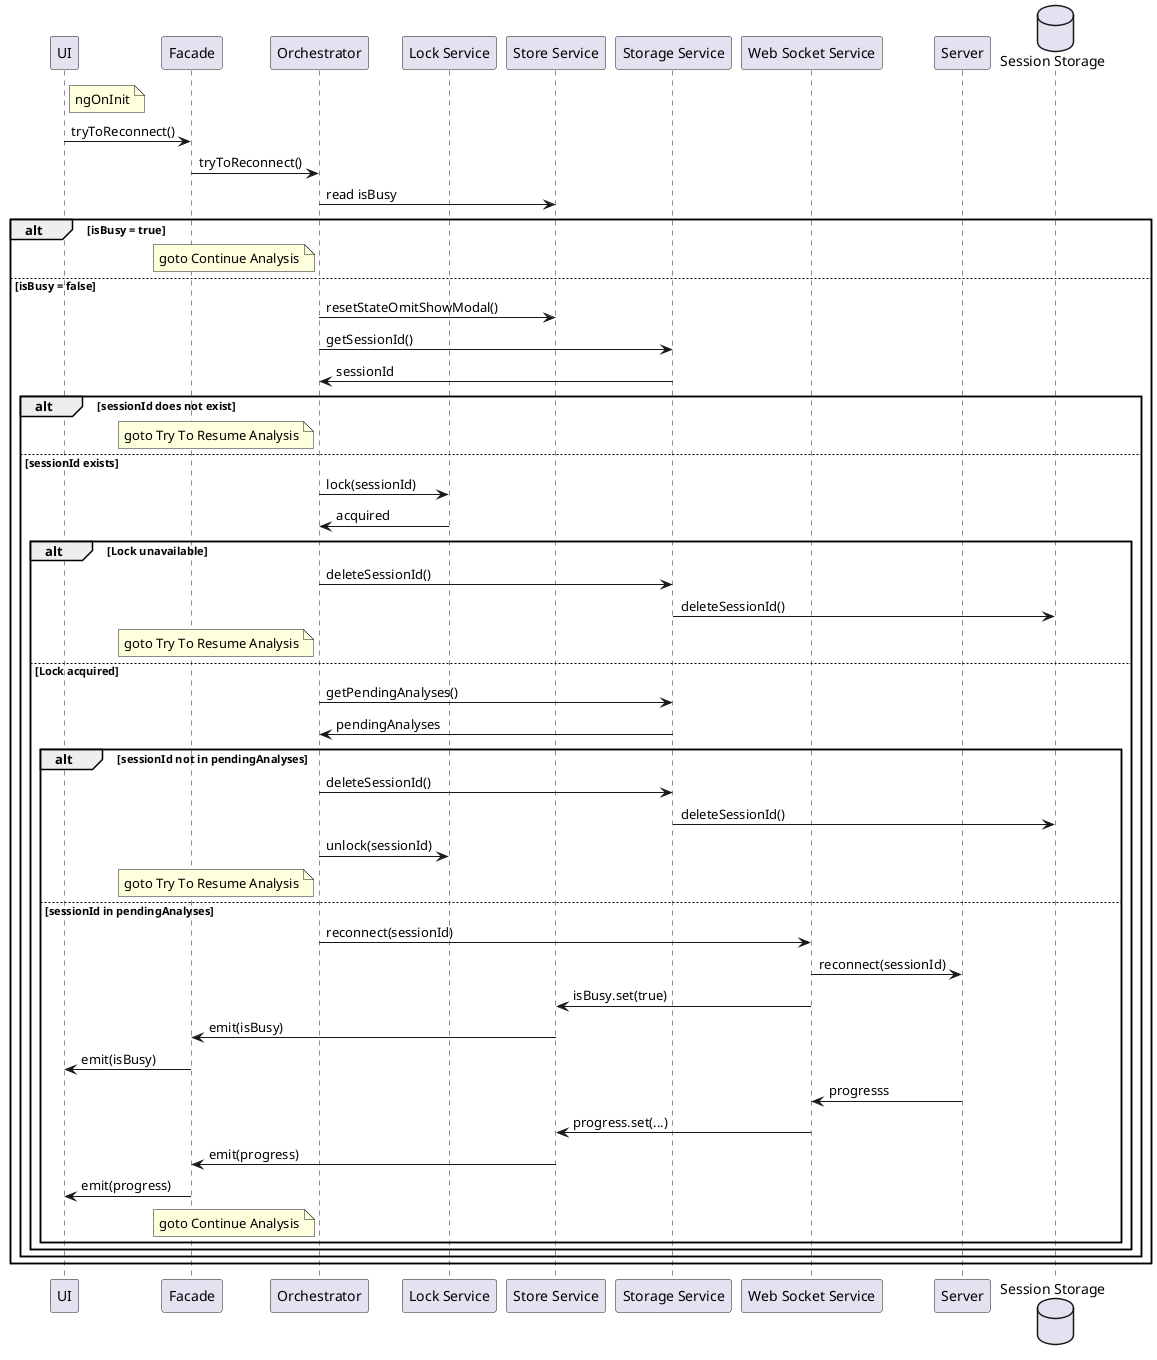
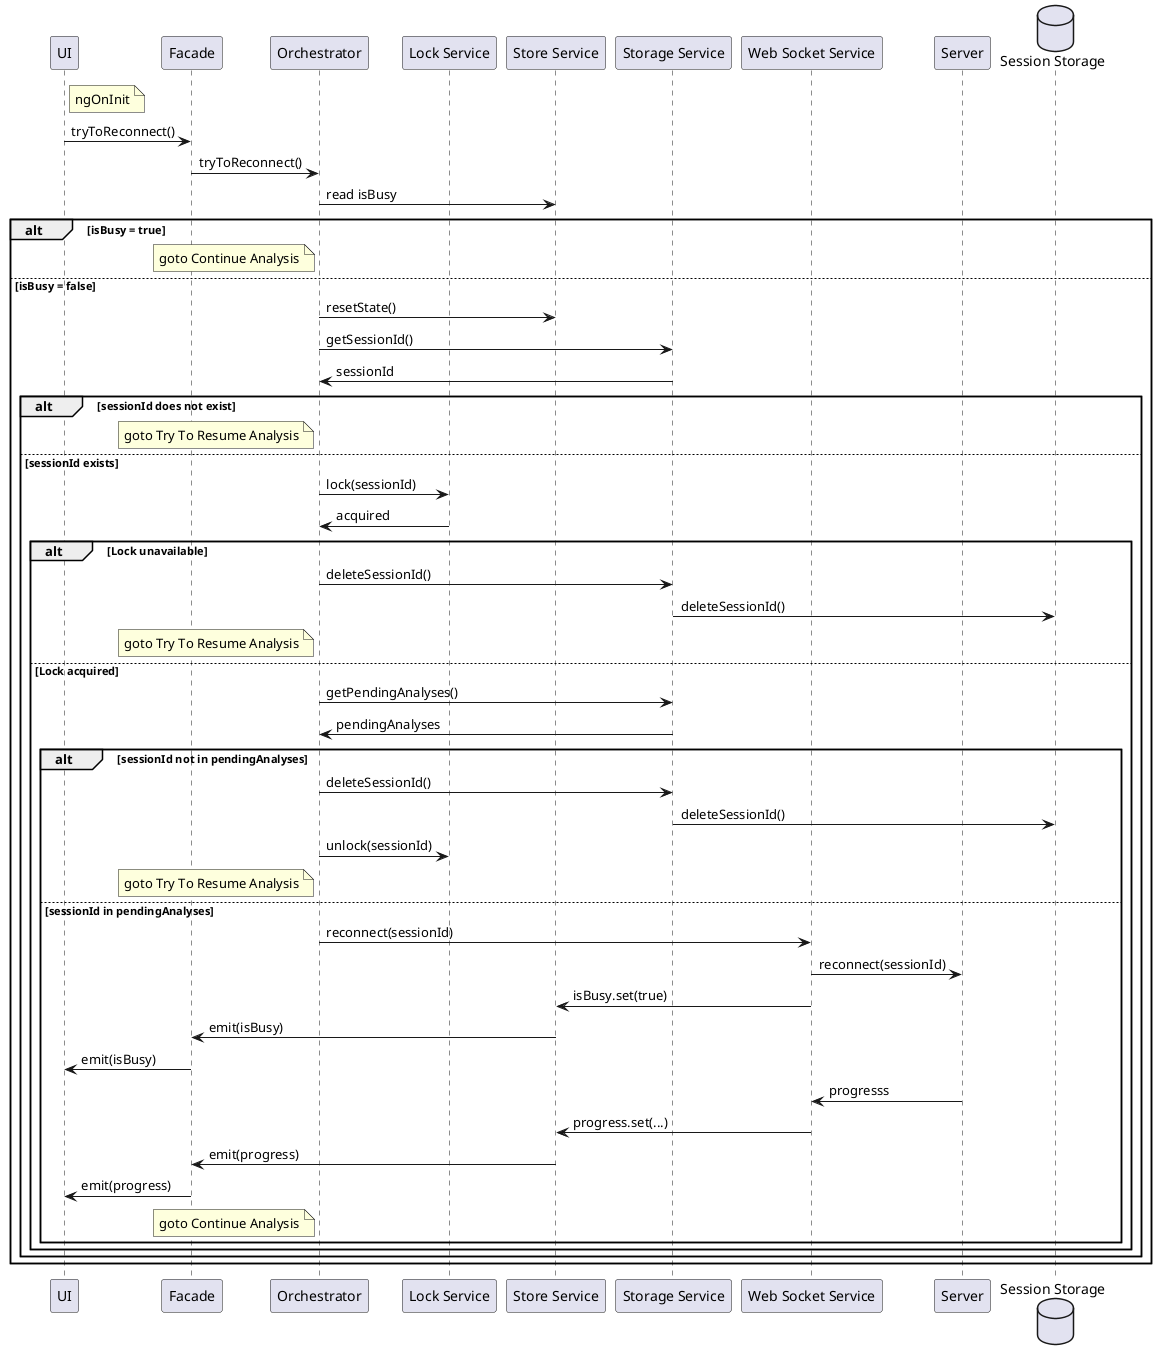
@startuml Try To Reconnect

participant "UI" as U
participant "Facade" as F
participant "Orchestrator" as O
participant "Lock Service" as L
participant "Store Service" as ST
participant "Storage Service" as STG
participant "Web Socket Service" as WS
participant "Server" as SRV

database "Session Storage" as SS

note right of U: ngOnInit
U -> F: tryToReconnect()
F -> O: tryToReconnect()
O -> ST: read isBusy

alt isBusy = true
    note left of O: goto Continue Analysis

else isBusy = false
-     O -> ST: resetStateOmitShowModal()
+     O -> ST: resetState()
    O -> STG: getSessionId()
    STG -> O: sessionId

    alt sessionId does not exist
        note left of O: goto Try To Resume Analysis

    else sessionId exists
        O -> L: lock(sessionId)
        L -> O: acquired

        alt Lock unavailable
            O -> STG: deleteSessionId()
            STG -> SS: deleteSessionId()
            note left of O: goto Try To Resume Analysis

        else Lock acquired
            O -> STG: getPendingAnalyses()
            STG -> O: pendingAnalyses

            alt sessionId not in pendingAnalyses
                O -> STG: deleteSessionId()
                STG -> SS: deleteSessionId()
                O -> L: unlock(sessionId)
                note left of O: goto Try To Resume Analysis

            else sessionId in pendingAnalyses
                O -> WS: reconnect(sessionId)
                WS -> SRV: reconnect(sessionId)
                WS -> ST: isBusy.set(true)
                ST -> F: emit(isBusy)
                F -> U: emit(isBusy)
                SRV -> WS: progresss
                WS -> ST: progress.set(...)
                ST -> F: emit(progress)
                F -> U: emit(progress)
                note left of O: goto Continue Analysis
            end
        end
    end
end

@enduml